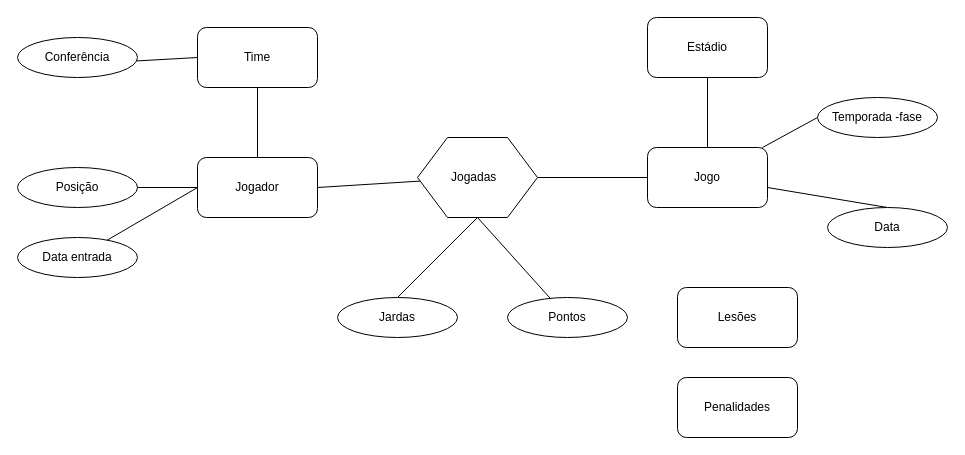
Above: Untitled Diagram.drawio in mesquitamarcos/Qlikview-QVDMaps-Brazil (draw.io), before the change. Source tidied: cells renumbered, new cells numbered last; positions are measured from the earlier drawing's top-left corner, leaving out a move shared by most shapes. Both pictures are drawn from the tidied source at 100%, with x=0, y=0 at pixel (17, 17).
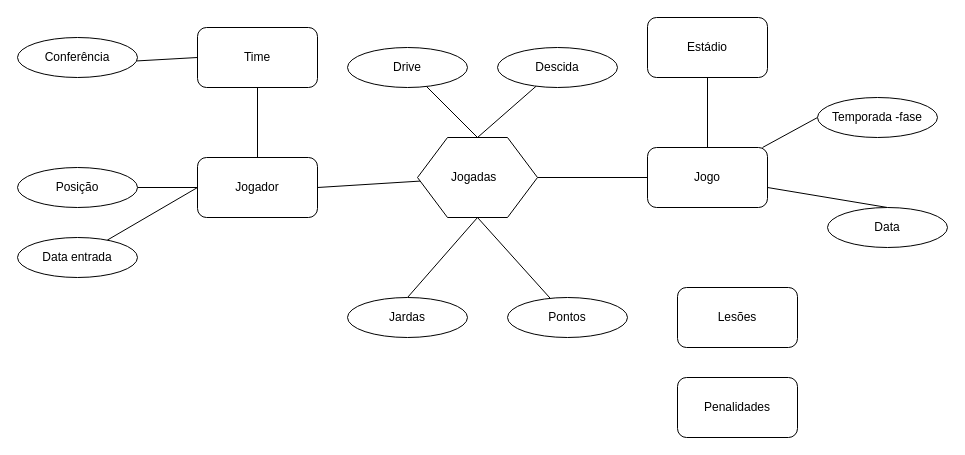
After the change.

Unchanged cells that the change refers to:
```xml
<mxCell id="21" value="Jogadas&amp;nbsp;&amp;nbsp;" style="shape=hexagon;perimeter=hexagonPerimeter2;whiteSpace=wrap;html=1;" parent="1" vertex="1">
  <mxGeometry x="400" y="120" width="120" height="80" as="geometry" />
</mxCell>
```

Change to the diagram source:
```diff
@@
     <mxCell id="17" value="Jardas" style="ellipse;whiteSpace=wrap;html=1;" parent="1" vertex="1">
-      <mxGeometry x="320" y="280" width="120" height="40" as="geometry" />
+      <mxGeometry x="330" y="280" width="120" height="40" as="geometry" />
     </mxCell>
@@
+    <mxCell id="27" style="edgeStyle=none;rounded=0;jettySize=auto;html=1;entryX=0.5;entryY=0;entryDx=0;entryDy=0;endArrow=none;endFill=0;" parent="1" edge="1" source="28" target="21">
+      <mxGeometry relative="1" as="geometry" />
+    </mxCell>
+    <mxCell id="28" value="Descida" style="ellipse;whiteSpace=wrap;html=1;" parent="1" vertex="1">
+      <mxGeometry x="480" y="30" width="120" height="40" as="geometry" />
+    </mxCell>
+    <mxCell id="29" style="edgeStyle=none;rounded=0;jettySize=auto;html=1;entryX=0.5;entryY=0;entryDx=0;entryDy=0;endArrow=none;endFill=0;" parent="1" edge="1" source="30" target="21">
+      <mxGeometry relative="1" as="geometry" />
+    </mxCell>
+    <mxCell id="30" value="Drive" style="ellipse;whiteSpace=wrap;html=1;" parent="1" vertex="1">
+      <mxGeometry x="330" y="30" width="120" height="40" as="geometry" />
+    </mxCell>
```
